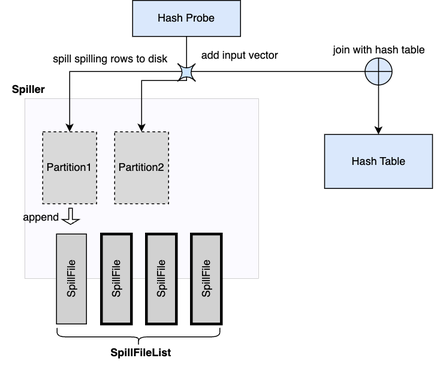
Earlier version of the draw.io export velox/docs/develop/images/spill-hash-join-probe.png (prestodb/presto). Source tidied: cells renumbered, new cells last; positions are measured from the earlier drawing's top-left corner, leaving out a move shared by most shapes.
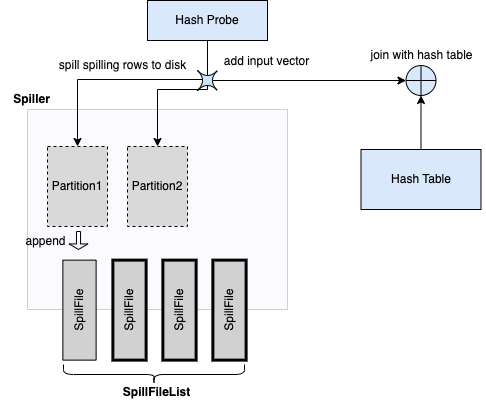
Later version of the same file.

Diff of the diagram source:
```diff
@@ -58,7 +58,7 @@
         </Array>
       </mxGeometry>
     </mxCell>
-    <mxCell id="19" style="edgeStyle=orthogonalEdgeStyle;rounded=0;jettySize=auto;html=1;exitX=0.5;exitY=0.75;exitDx=0;exitDy=0;entryX=0.5;entryY=0;entryDx=0;entryDy=0;startArrow=none;exitPerimeter=0;" parent="2" edge="1" source="25" target="12">
+    <mxCell id="19" style="edgeStyle=orthogonalEdgeStyle;rounded=0;jettySize=auto;html=1;exitX=0.5;exitY=0.75;exitDx=0;exitDy=0;entryX=0.5;entryY=0;entryDx=0;entryDy=0;startArrow=none;exitPerimeter=0;" parent="2" edge="1" source="24" target="12">
       <mxGeometry relative="1" as="geometry">
         <Array as="points">
           <mxPoint x="206.5" y="79" />
@@ -72,7 +72,7 @@
     <mxCell id="21" value="join with hash table" style="text;html=1;align=center;verticalAlign=middle;strokeColor=none;fillColor=none;fontColor=#080808;" parent="2" vertex="1">
       <mxGeometry x="355" y="40" width="130" height="30" as="geometry" />
     </mxCell>
-    <mxCell id="22" style="edgeStyle=orthogonalEdgeStyle;rounded=0;jettySize=auto;html=1;exitX=0.5;exitY=1;exitDx=0;exitDy=0;entryX=0.5;entryY=0;entryDx=0;entryDy=0;endArrow=none;" parent="2" edge="1" source="4" target="25">
+    <mxCell id="22" style="edgeStyle=orthogonalEdgeStyle;rounded=0;jettySize=auto;html=1;exitX=0.5;exitY=1;exitDx=0;exitDy=0;entryX=0.5;entryY=0;entryDx=0;entryDy=0;endArrow=none;" parent="2" edge="1" source="4" target="24">
       <mxGeometry relative="1" as="geometry">
         <Array as="points">
           <mxPoint x="206.5" y="79" />
@@ -82,19 +82,17 @@
     <mxCell id="23" value="Hash Table" style="rounded=0;whiteSpace=wrap;html=1;fillColor=#DAE8FC;" parent="2" vertex="1">
       <mxGeometry x="360" y="149" width="120" height="60" as="geometry" />
     </mxCell>
-    <mxCell id="24" style="edgeStyle=orthogonalEdgeStyle;rounded=0;jettySize=auto;html=1;entryX=0.5;entryY=0;entryDx=0;entryDy=0;startArrow=none;" parent="2" edge="1" source="26" target="23">
-      <mxGeometry relative="1" as="geometry">
-        <Array as="points">
-          <mxPoint x="206.5" y="79" />
-          <mxPoint x="420.5" y="79" />
-        </Array>
-      </mxGeometry>
+    <mxCell id="24" style="shape=switch;whiteSpace=wrap;html=1;fillColor=#CCE5FF;" parent="2" vertex="1">
+      <mxGeometry x="196.5" y="70" width="20" height="20" as="geometry" />
     </mxCell>
-    <mxCell id="25" style="shape=switch;whiteSpace=wrap;html=1;fillColor=#CCE5FF;" parent="2" vertex="1">
-      <mxGeometry x="196.5" y="70" width="20" height="20" as="geometry" />
+    <mxCell id="25" style="shape=orEllipse;perimeter=ellipsePerimeter;whiteSpace=wrap;html=1;backgroundOutline=1;fillColor=#DAE8FC;" parent="2" vertex="1">
+      <mxGeometry x="405" y="65" width="30" height="30" as="geometry" />
     </mxCell>
-    <mxCell id="26" style="shape=orEllipse;perimeter=ellipsePerimeter;whiteSpace=wrap;html=1;backgroundOutline=1;fillColor=#DAE8FC;" parent="2" vertex="1">
-      <mxGeometry x="405" y="64" width="30" height="30" as="geometry" />
+    <mxCell id="26" style="edgeStyle=orthogonalEdgeStyle;rounded=0;jettySize=auto;html=1;exitX=0.75;exitY=0.5;exitDx=0;exitDy=0;exitPerimeter=0;entryX=0;entryY=0.5;entryDx=0;entryDy=0;" parent="2" edge="1" source="24" target="25">
+      <mxGeometry relative="1" as="geometry" />
     </mxCell>
+    <mxCell id="27" style="edgeStyle=orthogonalEdgeStyle;rounded=0;jettySize=auto;html=1;exitX=0.5;exitY=0;exitDx=0;exitDy=0;entryX=0.5;entryY=1;entryDx=0;entryDy=0;" parent="2" edge="1" source="23" target="25">
+      <mxGeometry relative="1" as="geometry" />
+    </mxCell>
   </root>
 </mxGraphModel>
```
